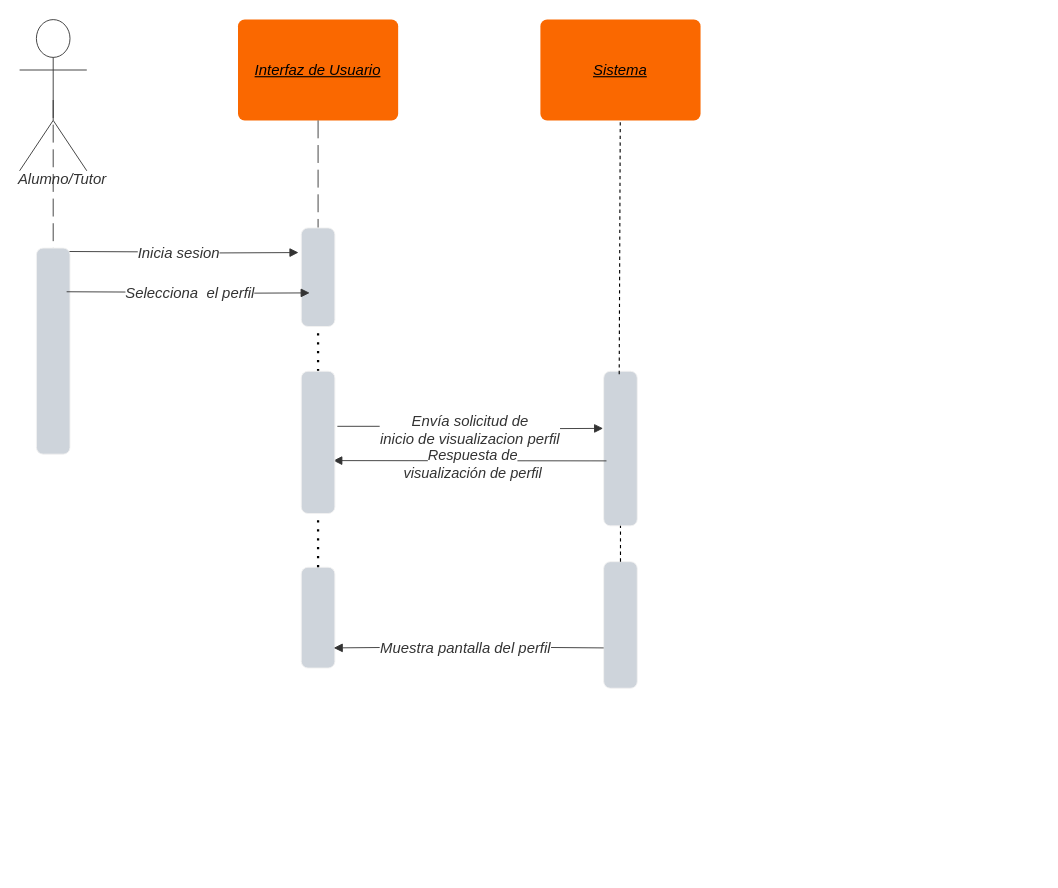
This is Visualizar perfil.drawio from LP3kmikristian/TP_ARCE_DOREGO, a draw.io file, before an edit. Source tidied: cells renumbered, new cells numbered last; positions are measured from the earlier drawing's top-left corner, leaving out a move shared by most shapes. Both pictures are drawn from the tidied source at 112%, with x=0, y=0 at pixel (19, 19).
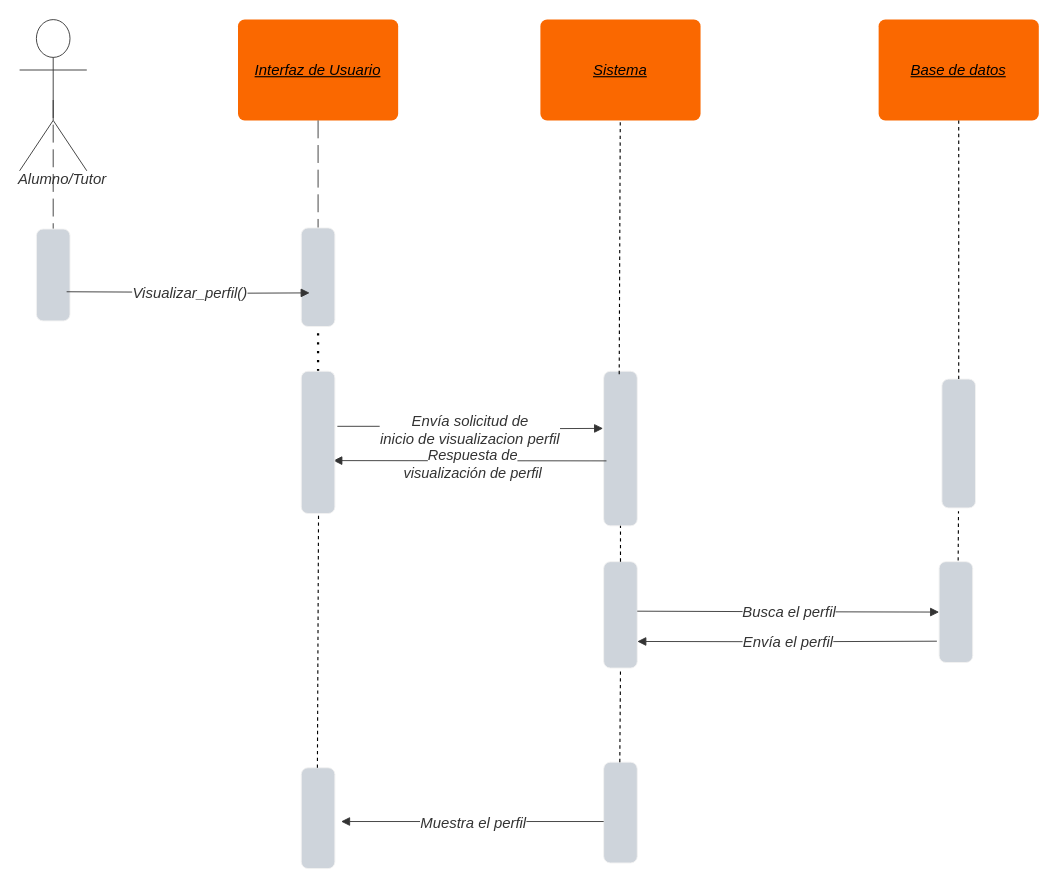
After the change.

Unchanged cells that the change refers to:
```xml
<mxCell id="14" style="html=1;jettySize=18;whiteSpace=wrap;fontSize=13;strokeColor=#333333;strokeOpacity=100;strokeWidth=0.8;rounded=1;arcSize=10;edgeStyle=orthogonalEdgeStyle;startArrow=none;endArrow=block;endFill=1;lucidId=Yu5M0A2JVvTe;" parent="1" edge="1">
  <mxGeometry relative="1" as="geometry">
    <mxPoint x="42" y="243" as="sourcePoint" />
    <mxPoint x="259" y="244" as="targetPoint" />
  </mxGeometry>
</mxCell>
<mxCell id="26" style="html=1;overflow=block;blockSpacing=1;whiteSpace=wrap;fontSize=13;spacing=0;strokeColor=#f2f2f2;strokeOpacity=100;fillOpacity=100;rounded=1;absoluteArcSize=1;arcSize=12;fillColor=#ced4db;strokeWidth=0.8;lucidId=Yu5MhR-oMSno;" parent="1" vertex="1">
  <mxGeometry x="251.5" y="314" width="30" height="127" as="geometry" />
</mxCell>
```

Change to the diagram source:
```diff
@@
-    <mxCell id="5" style="html=1;jettySize=18;whiteSpace=wrap;fontSize=13;strokeColor=#333333;strokeOpacity=100;strokeWidth=0.8;rounded=1;arcSize=10;edgeStyle=orthogonalEdgeStyle;startArrow=none;endArrow=block;endFill=1;lucidId=Yu5M0A2JVvTe;" parent="1" edge="1">
-      <mxGeometry relative="1" as="geometry">
-        <mxPoint x="32" y="207" as="sourcePoint" />
-        <mxPoint x="249" y="208" as="targetPoint" />
-      </mxGeometry>
-    </mxCell>
-    <mxCell id="6" value="Inicia sesion" style="text;html=1;labelBackgroundColor=default;align=center;verticalAlign=middle;fontStyle=2;fontColor=#333333;fontSize=13.3;" parent="5" vertex="1">
-      <mxGeometry relative="1" as="geometry" />
-    </mxCell>
@@
     <mxCell id="12" style="html=1;overflow=block;blockSpacing=1;whiteSpace=wrap;fontSize=13;spacing=0;strokeColor=#f2f2f2;strokeOpacity=100;fillOpacity=100;rounded=1;absoluteArcSize=1;arcSize=12;fillColor=#ced4db;strokeWidth=0.8;lucidId=Yu5MhR-oMSno;" parent="1" vertex="1">
-      <mxGeometry x="15" y="204" width="30" height="184" as="geometry" />
+      <mxGeometry x="15" y="187" width="30" height="82" as="geometry" />
     </mxCell>
@@
-    <mxCell id="15" value="Selecciona&amp;nbsp; el perfil&lt;br&gt;" style="text;html=1;labelBackgroundColor=default;align=center;verticalAlign=middle;fontStyle=2;fontColor=#333333;fontSize=13.3;" parent="14" vertex="1">
+    <mxCell id="15" value="Visualizar_perfil()" style="text;html=1;labelBackgroundColor=default;align=center;verticalAlign=middle;fontStyle=2;fontColor=#333333;fontSize=13.3;" parent="14" vertex="1">
       <mxGeometry relative="1" as="geometry" />
     </mxCell>
@@
-    <mxCell id="18" style="html=1;overflow=block;blockSpacing=1;whiteSpace=wrap;fontSize=13;spacing=0;strokeColor=#f2f2f2;strokeOpacity=100;fillOpacity=100;rounded=1;absoluteArcSize=1;arcSize=12;fillColor=#ced4db;strokeWidth=0.8;lucidId=Yu5MydJHa4al;" parent="1" vertex="1">
-      <mxGeometry x="251.5" y="489" width="30" height="90" as="geometry" />
-    </mxCell>
     <mxCell id="19" style="html=1;overflow=block;blockSpacing=1;whiteSpace=wrap;fontSize=13;spacing=0;strokeColor=#f2f2f2;strokeOpacity=100;fillOpacity=100;rounded=1;absoluteArcSize=1;arcSize=12;fillColor=#ced4db;strokeWidth=0.8;lucidId=Yu5MydJHa4al;" parent="1" vertex="1">
-      <mxGeometry x="521.5" y="484" width="30" height="113" as="geometry" />
+      <mxGeometry x="521.5" y="484" width="30" height="95" as="geometry" />
     </mxCell>
-    <mxCell id="20" style="html=1;jettySize=18;whiteSpace=wrap;fontSize=13;fontFamily=helvetica;strokeColor=#333333;strokeOpacity=100;strokeWidth=0.8;rounded=0;startArrow=none;endArrow=block;endFill=1;exitX=0;exitY=0.5;entryX=1;entryY=0.5;lucidId=Yu5MB3FtIlV_;exitDx=0;exitDy=0;entryDx=0;entryDy=0;" parent="1" edge="1" source="24">
-      <mxGeometry relative="1" as="geometry">
-        <mxPoint x="280.5" y="561" as="targetPoint" />
-      </mxGeometry>
-    </mxCell>
@@
-    <mxCell id="23" style="html=1;jettySize=18;whiteSpace=wrap;fontSize=13;fontFamily=helvetica;strokeColor=#333333;strokeOpacity=100;strokeWidth=0.8;rounded=0;startArrow=none;endArrow=block;endFill=1;exitX=0;exitY=0.5;entryX=1;entryY=0.5;lucidId=Yu5MB3FtIlV_;exitDx=0;exitDy=0;entryDx=0;entryDy=0;" parent="1" edge="1" target="24">
-      <mxGeometry relative="1" as="geometry">
-        <mxPoint x="521.5" y="561" as="sourcePoint" />
-      </mxGeometry>
-    </mxCell>
-    <mxCell id="24" value="Muestra pantalla del perfil" style="text;html=1;labelBackgroundColor=default;align=center;verticalAlign=middle;fontStyle=2;fontColor=#333333;fontSize=13.3;" parent="1" vertex="1">
-      <mxGeometry x="397" y="560" as="geometry" />
-    </mxCell>
-    <mxCell id="25" style="endArrow=none;dashed=1;html=1;dashPattern=1 3;strokeWidth=2;rounded=0;entryX=0.5;entryY=1;entryDx=0;entryDy=0;exitX=0.5;exitY=0;exitDx=0;exitDy=0;" parent="1" edge="1" source="18" target="26">
-      <mxGeometry relative="1" as="geometry" />
-    </mxCell>
@@
+    <mxCell id="28" style="html=1;overflow=block;blockSpacing=1;whiteSpace=wrap;fontSize=13;spacing=0;strokeColor=#f2f2f2;strokeOpacity=100;fillOpacity=100;rounded=1;absoluteArcSize=1;arcSize=12;fillColor=#ced4db;strokeWidth=0.8;lucidId=Yu5MydJHa4al;" parent="1" vertex="1">
+      <mxGeometry x="823.5" y="321" width="30" height="115" as="geometry" />
+    </mxCell>
+    <mxCell id="29" value="Base de datos" style="html=1;overflow=block;blockSpacing=1;whiteSpace=wrap;fontSize=13.3;fontColor=#000000;fontStyle=6;align=center;spacing=0;strokeOpacity=0;fillOpacity=100;rounded=1;absoluteArcSize=1;arcSize=12;fillColor=#fa6800;strokeWidth=0.8;strokeColor=#C73500;" parent="1" vertex="1">
+      <mxGeometry x="767" width="143" height="90" as="geometry" />
+    </mxCell>
+    <mxCell id="30" style="html=1;overflow=block;blockSpacing=1;whiteSpace=wrap;fontSize=13;spacing=0;strokeColor=#f2f2f2;strokeOpacity=100;fillOpacity=100;rounded=1;absoluteArcSize=1;arcSize=12;fillColor=#ced4db;strokeWidth=0.8;lucidId=Yu5MydJHa4al;" parent="1" vertex="1">
+      <mxGeometry x="821" y="484" width="30" height="90" as="geometry" />
+    </mxCell>
+    <mxCell id="31" style="endArrow=none;dashed=1;html=1;rounded=0;exitX=0.5;exitY=0;exitDx=0;exitDy=0;entryX=0.5;entryY=1;entryDx=0;entryDy=0;" parent="1" edge="1" source="28" target="29">
+      <mxGeometry relative="1" as="geometry" />
+    </mxCell>
+    <mxCell id="32" style="html=1;overflow=block;blockSpacing=1;whiteSpace=wrap;fontSize=13;spacing=0;strokeColor=#f2f2f2;strokeOpacity=100;fillOpacity=100;rounded=1;absoluteArcSize=1;arcSize=12;fillColor=#ced4db;strokeWidth=0.8;lucidId=Yu5MydJHa4al;" parent="1" vertex="1">
+      <mxGeometry x="521.5" y="663" width="30" height="90" as="geometry" />
+    </mxCell>
+    <mxCell id="33" style="html=1;jettySize=18;whiteSpace=wrap;fontSize=13;strokeColor=#333333;strokeOpacity=100;strokeWidth=0.8;rounded=1;arcSize=10;edgeStyle=orthogonalEdgeStyle;startArrow=none;endArrow=block;endFill=1;lucidId=Yu5M0A2JVvTe;entryX=0;entryY=0.5;entryDx=0;entryDy=0;" parent="1" edge="1" target="30">
+      <mxGeometry relative="1" as="geometry">
+        <mxPoint x="551.5" y="528.2" as="sourcePoint" />
+      </mxGeometry>
+    </mxCell>
+    <mxCell id="34" value="Busca el perfil" style="text;html=1;labelBackgroundColor=default;align=center;verticalAlign=middle;fontStyle=2;fontColor=#333333;fontSize=13.3;" parent="33" vertex="1">
+      <mxGeometry relative="1" as="geometry" />
+    </mxCell>
+    <mxCell id="35" style="html=1;jettySize=18;whiteSpace=wrap;fontSize=13;strokeColor=#333333;strokeOpacity=100;strokeWidth=0.8;rounded=1;arcSize=10;edgeStyle=orthogonalEdgeStyle;startArrow=none;endArrow=block;endFill=1;lucidId=Yu5M0A2JVvTe;entryX=1;entryY=0.75;entryDx=0;entryDy=0;" parent="1" edge="1" target="19">
+      <mxGeometry relative="1" as="geometry">
+        <mxPoint x="819" y="555" as="sourcePoint" />
+      </mxGeometry>
+    </mxCell>
+    <mxCell id="36" value="Envía el perfil" style="text;html=1;labelBackgroundColor=default;align=center;verticalAlign=middle;fontStyle=2;fontColor=#333333;fontSize=13.3;" parent="35" vertex="1">
+      <mxGeometry relative="1" as="geometry" />
+    </mxCell>
+    <mxCell id="37" style="endArrow=none;dashed=1;html=1;rounded=0;" parent="1" edge="1">
+      <mxGeometry relative="1" as="geometry">
+        <mxPoint x="838" y="483" as="sourcePoint" />
+        <mxPoint x="838.3" y="439" as="targetPoint" />
+      </mxGeometry>
+    </mxCell>
+    <mxCell id="38" style="html=1;jettySize=18;whiteSpace=wrap;fontSize=13;strokeColor=#333333;strokeOpacity=100;strokeWidth=0.8;rounded=1;arcSize=10;edgeStyle=orthogonalEdgeStyle;startArrow=none;endArrow=block;endFill=1;lucidId=Yu5M0A2JVvTe;" parent="1" edge="1">
+      <mxGeometry relative="1" as="geometry">
+        <mxPoint x="521.5" y="716" as="sourcePoint" />
+        <mxPoint x="287" y="716" as="targetPoint" />
+      </mxGeometry>
+    </mxCell>
+    <mxCell id="39" value="Muestra el perfil" style="text;html=1;labelBackgroundColor=default;align=center;verticalAlign=middle;fontStyle=2;fontColor=#333333;fontSize=13.3;" parent="38" vertex="1">
+      <mxGeometry relative="1" as="geometry" />
+    </mxCell>
+    <mxCell id="40" style="html=1;overflow=block;blockSpacing=1;whiteSpace=wrap;fontSize=13;spacing=0;strokeColor=#f2f2f2;strokeOpacity=100;fillOpacity=100;rounded=1;absoluteArcSize=1;arcSize=12;fillColor=#ced4db;strokeWidth=0.8;lucidId=Yu5MydJHa4al;" parent="1" vertex="1">
+      <mxGeometry x="251.5" y="668" width="30" height="90" as="geometry" />
+    </mxCell>
+    <mxCell id="41" style="endArrow=none;dashed=1;html=1;rounded=0;exitX=0.462;exitY=0.019;exitDx=0;exitDy=0;exitPerimeter=0;" parent="1" edge="1">
+      <mxGeometry relative="1" as="geometry">
+        <mxPoint x="265.9" y="668" as="sourcePoint" />
+        <mxPoint x="266.9" y="441" as="targetPoint" />
+      </mxGeometry>
+    </mxCell>
+    <mxCell id="42" style="endArrow=none;dashed=1;html=1;rounded=0;entryX=0.5;entryY=1;entryDx=0;entryDy=0;" parent="1" edge="1" target="19">
+      <mxGeometry relative="1" as="geometry">
+        <mxPoint x="535.9" y="663" as="sourcePoint" />
+      </mxGeometry>
+    </mxCell>
```
